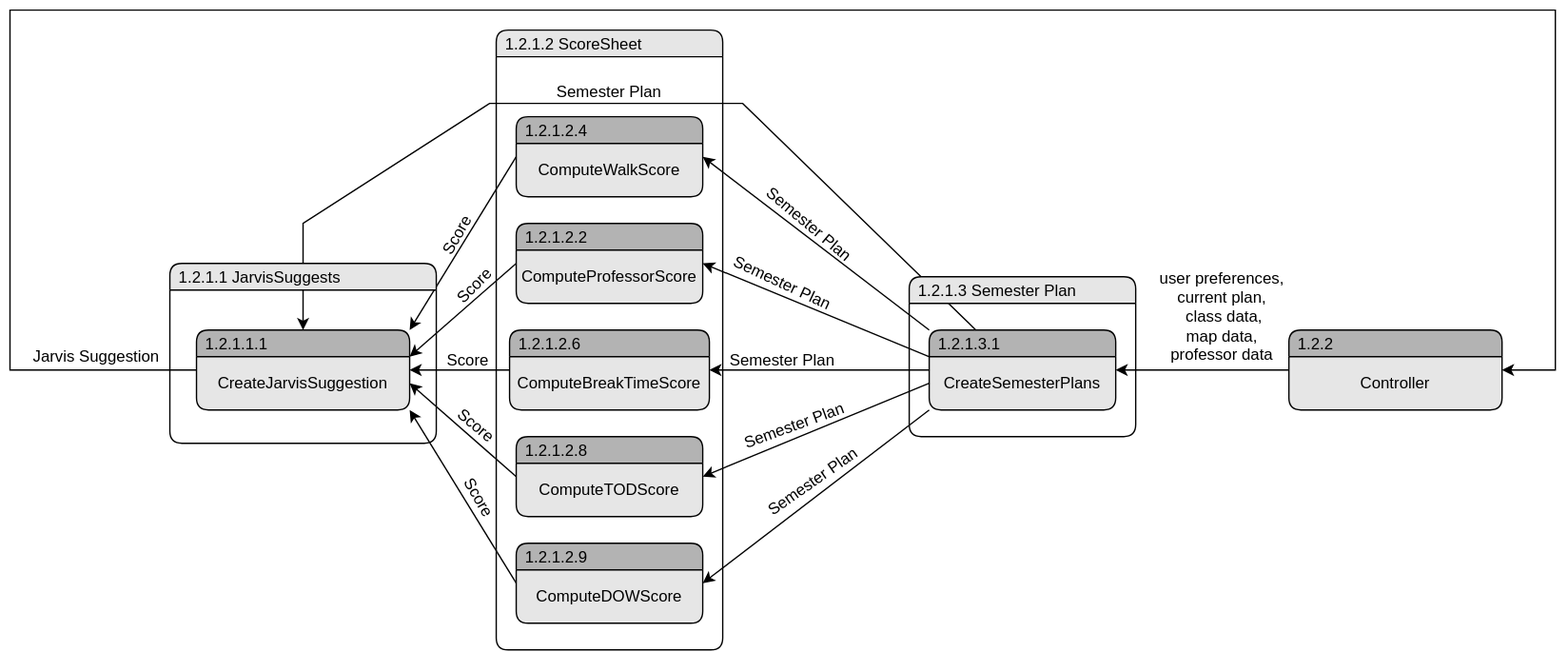
Above: Logic/TeamTwoFiles/AlgorithmDataFlowDiagram.svg in MckennahPalmer/CSE430 (draw.io), before the change. Source tidied: cells renumbered, new cells last; positions are measured from the earlier drawing's top-left corner, leaving out a move shared by most shapes.
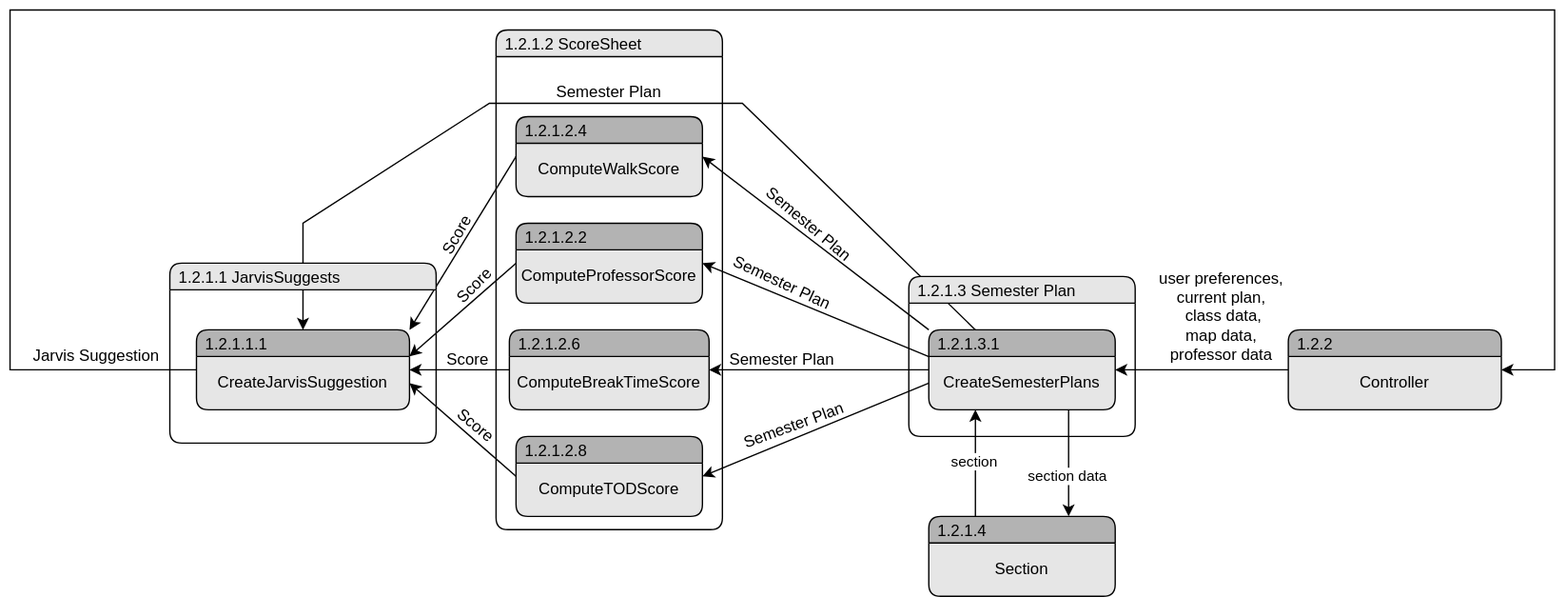
The same file after the commit.

Diff of the diagram source:
```diff
@@ -3,7 +3,7 @@
     <mxCell id="0" />
     <mxCell id="1" parent="0" />
     <mxCell id="2" value="1.2.1.2 ScoreSheet" style="swimlane;fontStyle=0;horizontal=1;startSize=20;fillColor=#E6E6E6;swimlaneFillColor=none;rounded=1;spacingLeft=5;align=left;" parent="1" vertex="1">
-      <mxGeometry x="365" y="15" width="170" height="465" as="geometry" />
+      <mxGeometry x="365" y="15" width="170" height="375" as="geometry" />
     </mxCell>
     <mxCell id="3" value="1.2.1.2.4" style="swimlane;fontStyle=0;horizontal=1;startSize=20;fillColor=#B3B3B3;swimlaneFillColor=#E6E6E6;rounded=1;align=left;spacingLeft=5;shadow=0;" parent="1" vertex="1">
       <mxGeometry x="380" y="80" width="140" height="60" as="geometry" />
@@ -35,12 +35,6 @@
     <mxCell id="12" value="ComputeTODScore" style="text;html=1;strokeColor=none;fillColor=none;align=center;verticalAlign=middle;whiteSpace=wrap;rounded=0;" parent="11" vertex="1">
       <mxGeometry y="20" width="140" height="40" as="geometry" />
     </mxCell>
-    <mxCell id="13" value="1.2.1.2.9" style="swimlane;fontStyle=0;horizontal=1;startSize=20;fillColor=#B3B3B3;swimlaneFillColor=#E6E6E6;rounded=1;spacingLeft=5;align=left;" parent="1" vertex="1">
-      <mxGeometry x="380" y="400" width="140" height="60" as="geometry" />
-    </mxCell>
-    <mxCell id="14" value="ComputeDOWScore" style="text;html=1;strokeColor=none;fillColor=none;align=center;verticalAlign=middle;whiteSpace=wrap;rounded=0;" parent="13" vertex="1">
-      <mxGeometry y="20" width="140" height="40" as="geometry" />
-    </mxCell>
     <mxCell id="15" style="endArrow=classic;html=1;rounded=0;exitX=0;exitY=0;exitDx=0;exitDy=0;entryX=1;entryY=0.25;entryDx=0;entryDy=0;" parent="1" edge="1" source="5" target="4">
       <mxGeometry relative="1" as="geometry" />
     </mxCell>
@@ -53,30 +47,22 @@
     <mxCell id="18" style="endArrow=classic;html=1;rounded=0;exitX=0;exitY=0.5;exitDx=0;exitDy=0;entryX=1;entryY=0.25;entryDx=0;entryDy=0;" parent="1" edge="1" source="6" target="12">
       <mxGeometry relative="1" as="geometry" />
     </mxCell>
-    <mxCell id="19" style="endArrow=classic;html=1;rounded=0;exitX=0;exitY=1;exitDx=0;exitDy=0;entryX=1;entryY=0.25;entryDx=0;entryDy=0;" parent="1" edge="1" source="6" target="14">
-      <mxGeometry relative="1" as="geometry" />
-    </mxCell>
     <mxCell id="20" style="endArrow=classic;html=1;rounded=0;entryX=1;entryY=0;entryDx=0;entryDy=0;exitX=0;exitY=0.25;exitDx=0;exitDy=0;" parent="1" edge="1" source="4" target="39">
       <mxGeometry relative="1" as="geometry" />
     </mxCell>
     <mxCell id="21" style="endArrow=classic;html=1;rounded=0;exitX=0;exitY=0.25;exitDx=0;exitDy=0;entryX=1;entryY=0;entryDx=0;entryDy=0;" parent="1" edge="1" source="8" target="40">
       <mxGeometry relative="1" as="geometry" />
     </mxCell>
-    <mxCell id="22" style="endArrow=classic;html=1;rounded=0;entryX=1;entryY=0.25;entryDx=0;entryDy=0;exitX=0;exitY=0.25;exitDx=0;exitDy=0;" parent="1" edge="1" source="10">
-      <mxGeometry relative="1" as="geometry">
-        <mxPoint x="300" y="270" as="targetPoint" />
-      </mxGeometry>
-    </mxCell>
-    <mxCell id="23" style="endArrow=classic;html=1;rounded=0;entryX=1;entryY=0.5;entryDx=0;entryDy=0;exitX=0;exitY=0.25;exitDx=0;exitDy=0;" parent="1" edge="1" source="12">
-      <mxGeometry relative="1" as="geometry">
-        <mxPoint x="300" y="280" as="targetPoint" />
-      </mxGeometry>
-    </mxCell>
-    <mxCell id="24" style="endArrow=classic;html=1;rounded=0;entryX=1;entryY=1;entryDx=0;entryDy=0;exitX=0;exitY=0.25;exitDx=0;exitDy=0;" parent="1" edge="1" source="14">
-      <mxGeometry relative="1" as="geometry">
-        <mxPoint x="300" y="300" as="targetPoint" />
-      </mxGeometry>
-    </mxCell>
+    <mxCell id="47" style="endArrow=classic;html=1;rounded=0;entryX=1;entryY=0.25;entryDx=0;entryDy=0;exitX=0;exitY=0.25;exitDx=0;exitDy=0;" parent="1" edge="1" source="10">
+      <mxGeometry relative="1" as="geometry">
+        <mxPoint x="300" y="270" as="targetPoint" />
+      </mxGeometry>
+    </mxCell>
+    <mxCell id="48" style="endArrow=classic;html=1;rounded=0;entryX=1;entryY=0.5;entryDx=0;entryDy=0;exitX=0;exitY=0.25;exitDx=0;exitDy=0;" parent="1" edge="1" source="12">
+      <mxGeometry relative="1" as="geometry">
+        <mxPoint x="300" y="280" as="targetPoint" />
+      </mxGeometry>
+    </mxCell>
     <mxCell id="25" style="endArrow=classic;html=1;rounded=0;entryX=1;entryY=0.25;entryDx=0;entryDy=0;exitX=0;exitY=0.25;exitDx=0;exitDy=0;" parent="1" edge="1" source="40" target="46">
       <mxGeometry relative="1" as="geometry">
         <Array as="points">
@@ -105,9 +91,6 @@
     <mxCell id="29" value="Score" style="text;html=1;strokeColor=none;fillColor=none;align=center;verticalAlign=middle;whiteSpace=wrap;rounded=0;rotation=40;" parent="1" vertex="1">
       <mxGeometry x="300" y="297" width="100" height="30" as="geometry" />
     </mxCell>
-    <mxCell id="30" value="Score" style="text;html=1;strokeColor=none;fillColor=none;align=center;verticalAlign=middle;whiteSpace=wrap;rounded=0;rotation=60;" parent="1" vertex="1">
-      <mxGeometry x="302" y="351" width="100" height="30" as="geometry" />
-    </mxCell>
     <mxCell id="31" value="Score" style="text;html=1;strokeColor=none;fillColor=none;align=center;verticalAlign=middle;whiteSpace=wrap;rounded=0;rotation=-45;" parent="1" vertex="1">
       <mxGeometry x="299" y="192" width="100" height="30" as="geometry" />
     </mxCell>
@@ -123,9 +106,6 @@
     <mxCell id="35" value="Semester Plan" style="text;html=1;strokeColor=none;fillColor=none;align=center;verticalAlign=middle;whiteSpace=wrap;rounded=0;rotation=-20;" parent="1" vertex="1">
       <mxGeometry x="539" y="297" width="100" height="30" as="geometry" />
     </mxCell>
-    <mxCell id="36" value="Semester Plan" style="text;html=1;strokeColor=none;fillColor=none;align=center;verticalAlign=middle;whiteSpace=wrap;rounded=0;rotation=-35;" parent="1" vertex="1">
-      <mxGeometry x="553" y="339" width="100" height="30" as="geometry" />
-    </mxCell>
     <mxCell id="37" value="Semester Plan" style="text;html=1;strokeColor=none;fillColor=none;align=center;verticalAlign=middle;whiteSpace=wrap;rounded=0;rotation=0;" parent="1" vertex="1">
       <mxGeometry x="530" y="248" width="100" height="30" as="geometry" />
     </mxCell>
@@ -147,16 +127,38 @@
     <mxCell id="43" value="1.2.1.3 Semester Plan" style="swimlane;fontStyle=0;horizontal=1;startSize=20;fillColor=#E6E6E6;swimlaneFillColor=none;rounded=1;spacingLeft=5;align=left;" parent="1" vertex="1">
       <mxGeometry x="675" y="200" width="170" height="120" as="geometry" />
     </mxCell>
-    <mxCell id="44" style="endArrow=classic;html=1;rounded=0;entryX=1;entryY=0.25;entryDx=0;entryDy=0;exitX=0;exitY=0.25;exitDx=0;exitDy=0;" parent="1" edge="1" target="6">
-      <mxGeometry relative="1" as="geometry">
-        <mxPoint x="960" y="270" as="sourcePoint" />
-      </mxGeometry>
-    </mxCell>
+    <mxCell id="49" style="endArrow=classic;html=1;rounded=0;entryX=1;entryY=0.25;entryDx=0;entryDy=0;exitX=0;exitY=0.25;exitDx=0;exitDy=0;" parent="1" edge="1" target="6">
+      <mxGeometry relative="1" as="geometry">
+        <mxPoint x="960" y="270" as="sourcePoint" />
+      </mxGeometry>
+    </mxCell>
     <mxCell id="45" value="1.2.2" style="swimlane;fontStyle=0;horizontal=1;startSize=20;fillColor=#B3B3B3;swimlaneFillColor=#E6E6E6;rounded=1;spacingLeft=5;align=left;" parent="1" vertex="1">
       <mxGeometry x="960" y="240" width="160" height="60" as="geometry" />
     </mxCell>
     <mxCell id="46" value="Controller" style="text;html=1;strokeColor=none;fillColor=none;align=center;verticalAlign=middle;whiteSpace=wrap;rounded=0;" parent="45" vertex="1">
       <mxGeometry y="20" width="160" height="40" as="geometry" />
     </mxCell>
+    <mxCell id="50" value="1.2.1.4" style="swimlane;fontStyle=0;horizontal=1;startSize=20;fillColor=#B3B3B3;swimlaneFillColor=#E6E6E6;rounded=1;spacingLeft=5;align=left;" parent="1" vertex="1">
+      <mxGeometry x="690" y="380" width="140" height="60" as="geometry" />
+    </mxCell>
+    <mxCell id="51" value="Section" style="text;html=1;strokeColor=none;fillColor=none;align=center;verticalAlign=middle;whiteSpace=wrap;rounded=0;" parent="50" vertex="1">
+      <mxGeometry y="20" width="140" height="40" as="geometry" />
+    </mxCell>
+    <mxCell id="52" style="endArrow=classic;html=1;rounded=0;exitX=0.75;exitY=1;exitDx=0;exitDy=0;entryX=0.75;entryY=0;entryDx=0;entryDy=0;" parent="1" edge="1" source="6" target="50">
+      <mxGeometry relative="1" as="geometry" />
+    </mxCell>
+    <mxCell id="53" value="section data" style="edgeLabel;html=1;align=center;verticalAlign=middle;" parent="52" vertex="1">
+      <mxGeometry x="-0.15" y="-1" relative="1" as="geometry">
+        <mxPoint y="16" as="offset" />
+      </mxGeometry>
+    </mxCell>
+    <mxCell id="54" style="endArrow=classic;html=1;rounded=0;entryX=0.25;entryY=1;entryDx=0;entryDy=0;exitX=0.25;exitY=0;exitDx=0;exitDy=0;" parent="1" edge="1" source="50" target="6">
+      <mxGeometry relative="1" as="geometry" />
+    </mxCell>
+    <mxCell id="55" value="section" style="edgeLabel;html=1;align=center;verticalAlign=middle;" parent="54" vertex="1">
+      <mxGeometry x="0.76" y="1" relative="1" as="geometry">
+        <mxPoint y="29" as="offset" />
+      </mxGeometry>
+    </mxCell>
   </root>
 </mxGraphModel>
```
